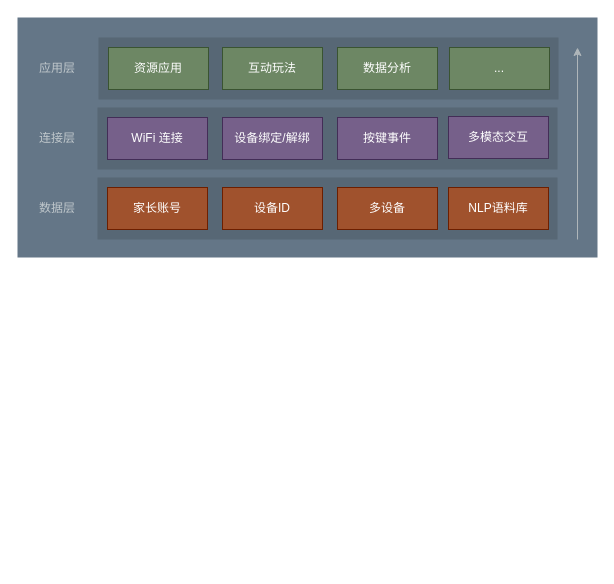
The draw.io diagram page "第 2 页" (2 of 3) of jiajia.drawio in yangbe/diagrams, before the edit. Source tidied: cells renumbered, new cells numbered last; positions are measured from the earlier drawing's top-left corner, leaving out a move shared by most shapes. Both pictures are drawn from the tidied source at 100%, with x=0, y=0 at pixel (17, 17).
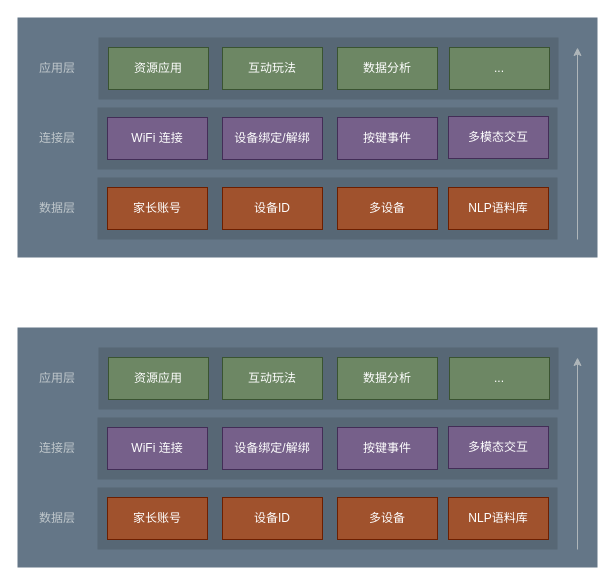
After the change.

The edit, as a diff of the source:
```diff
@@
+    <mxCell id="26" style="rounded=0;whiteSpace=wrap;html=1;sketch=0;align=center;fontColor=#ffffff;strokeColor=none;fillColor=#647687;" parent="1" vertex="1">
+      <mxGeometry y="310" width="580" height="240" as="geometry" />
+    </mxCell>
+    <mxCell id="27" style="group;" parent="1" vertex="1">
+      <mxGeometry x="80" y="400" width="460" height="62" as="geometry" />
+    </mxCell>
+    <mxCell id="28" style="rounded=0;whiteSpace=wrap;html=1;sketch=0;align=center;fillColor=#576775;strokeColor=none;" parent="27" vertex="1">
+      <mxGeometry width="460" height="62" as="geometry" />
+    </mxCell>
+    <mxCell id="29" value="WiFi 连接" style="rounded=0;whiteSpace=wrap;html=1;sketch=0;align=center;fillColor=#76608a;fontColor=#ffffff;strokeColor=#432D57;" parent="27" vertex="1">
+      <mxGeometry x="10" y="10" width="100" height="42" as="geometry" />
+    </mxCell>
+    <mxCell id="30" value="设备绑定/解绑" style="rounded=0;whiteSpace=wrap;html=1;sketch=0;align=center;fillColor=#76608a;fontColor=#ffffff;strokeColor=#432D57;" parent="27" vertex="1">
+      <mxGeometry x="125" y="10" width="100" height="42" as="geometry" />
+    </mxCell>
+    <mxCell id="31" value="按键事件" style="rounded=0;whiteSpace=wrap;html=1;sketch=0;align=center;fillColor=#76608a;fontColor=#ffffff;strokeColor=#432D57;" parent="27" vertex="1">
+      <mxGeometry x="240" y="10" width="100" height="42" as="geometry" />
+    </mxCell>
+    <mxCell id="32" style="group;" parent="1" vertex="1">
+      <mxGeometry x="81" y="330" width="460" height="62" as="geometry" />
+    </mxCell>
+    <mxCell id="33" style="rounded=0;whiteSpace=wrap;html=1;sketch=0;align=center;fillColor=#576775;strokeColor=none;" parent="32" vertex="1">
+      <mxGeometry width="460" height="62" as="geometry" />
+    </mxCell>
+    <mxCell id="34" value="资源应用" style="rounded=0;whiteSpace=wrap;html=1;sketch=0;align=center;fillColor=#6d8764;fontColor=#ffffff;strokeColor=#3A5431;" parent="32" vertex="1">
+      <mxGeometry x="10" y="10" width="100" height="42" as="geometry" />
+    </mxCell>
+    <mxCell id="35" value="互动玩法" style="rounded=0;whiteSpace=wrap;html=1;sketch=0;align=center;fillColor=#6d8764;fontColor=#ffffff;strokeColor=#3A5431;" parent="32" vertex="1">
+      <mxGeometry x="124" y="10" width="100" height="42" as="geometry" />
+    </mxCell>
+    <mxCell id="36" value="数据分析" style="rounded=0;whiteSpace=wrap;html=1;sketch=0;align=center;fillColor=#6d8764;fontColor=#ffffff;strokeColor=#3A5431;" parent="32" vertex="1">
+      <mxGeometry x="239" y="10" width="100" height="42" as="geometry" />
+    </mxCell>
+    <mxCell id="37" style="endArrow=classic;html=1;rounded=0;edgeStyle=orthogonalEdgeStyle;fillColor=#fff2cc;entryX=0.5;entryY=1;entryDx=0;entryDy=0;strokeColor=#AFB6BA;" parent="1" edge="1">
+      <mxGeometry x="80" y="350" as="geometry">
+        <mxPoint x="560" y="532" as="sourcePoint" />
+        <mxPoint x="560" y="340" as="targetPoint" />
+      </mxGeometry>
+    </mxCell>
+    <mxCell id="38" value="数据层" style="text;html=1;strokeColor=none;fillColor=none;align=center;verticalAlign=middle;whiteSpace=wrap;rounded=0;sketch=0;fontColor=#C0C8CC;" parent="1" vertex="1">
+      <mxGeometry x="15" y="491" width="50" height="20" as="geometry" />
+    </mxCell>
+    <mxCell id="39" value="连接层" style="text;html=1;strokeColor=none;fillColor=none;align=center;verticalAlign=middle;whiteSpace=wrap;rounded=0;sketch=0;fontColor=#C0C8CC;" parent="1" vertex="1">
+      <mxGeometry x="15" y="421" width="50" height="20" as="geometry" />
+    </mxCell>
+    <mxCell id="40" value="应用层" style="text;html=1;strokeColor=none;fillColor=none;align=center;verticalAlign=middle;whiteSpace=wrap;rounded=0;sketch=0;fontColor=#C0C8CC;" parent="1" vertex="1">
+      <mxGeometry x="15" y="351" width="50" height="20" as="geometry" />
+    </mxCell>
+    <mxCell id="41" style="group;" parent="1" vertex="1">
+      <mxGeometry x="80" y="470" width="350" height="62" as="geometry" />
+    </mxCell>
+    <mxCell id="42" style="rounded=0;whiteSpace=wrap;html=1;sketch=0;align=center;fillColor=#576775;strokeColor=none;" parent="41" vertex="1">
+      <mxGeometry width="460" height="62" as="geometry" />
+    </mxCell>
+    <mxCell id="43" value="家长账号" style="rounded=0;whiteSpace=wrap;html=1;sketch=0;align=center;fillColor=#a0522d;fontColor=#ffffff;strokeColor=#6D1F00;" parent="41" vertex="1">
+      <mxGeometry x="10" y="10" width="100" height="42" as="geometry" />
+    </mxCell>
+    <mxCell id="44" value="多设备" style="rounded=0;whiteSpace=wrap;html=1;sketch=0;align=center;fillColor=#a0522d;fontColor=#ffffff;strokeColor=#6D1F00;" parent="41" vertex="1">
+      <mxGeometry x="240" y="10" width="100" height="42" as="geometry" />
+    </mxCell>
+    <mxCell id="45" value="设备ID" style="rounded=0;whiteSpace=wrap;html=1;sketch=0;align=center;fillColor=#a0522d;fontColor=#ffffff;strokeColor=#6D1F00;" parent="41" vertex="1">
+      <mxGeometry x="125" y="10" width="100" height="42" as="geometry" />
+    </mxCell>
+    <mxCell id="46" value="NLP语料库" style="rounded=0;whiteSpace=wrap;html=1;sketch=0;align=center;fillColor=#a0522d;fontColor=#ffffff;strokeColor=#6D1F00;" parent="1" vertex="1">
+      <mxGeometry x="431" y="480" width="100" height="42" as="geometry" />
+    </mxCell>
+    <mxCell id="47" value="多模态交互" style="rounded=0;whiteSpace=wrap;html=1;sketch=0;align=center;fillColor=#76608a;fontColor=#ffffff;strokeColor=#432D57;" parent="1" vertex="1">
+      <mxGeometry x="431" y="409" width="100" height="42" as="geometry" />
+    </mxCell>
+    <mxCell id="48" value="..." style="rounded=0;whiteSpace=wrap;html=1;sketch=0;align=center;fillColor=#6d8764;fontColor=#ffffff;strokeColor=#3A5431;" parent="1" vertex="1">
+      <mxGeometry x="432" y="340" width="100" height="42" as="geometry" />
+    </mxCell>
```
